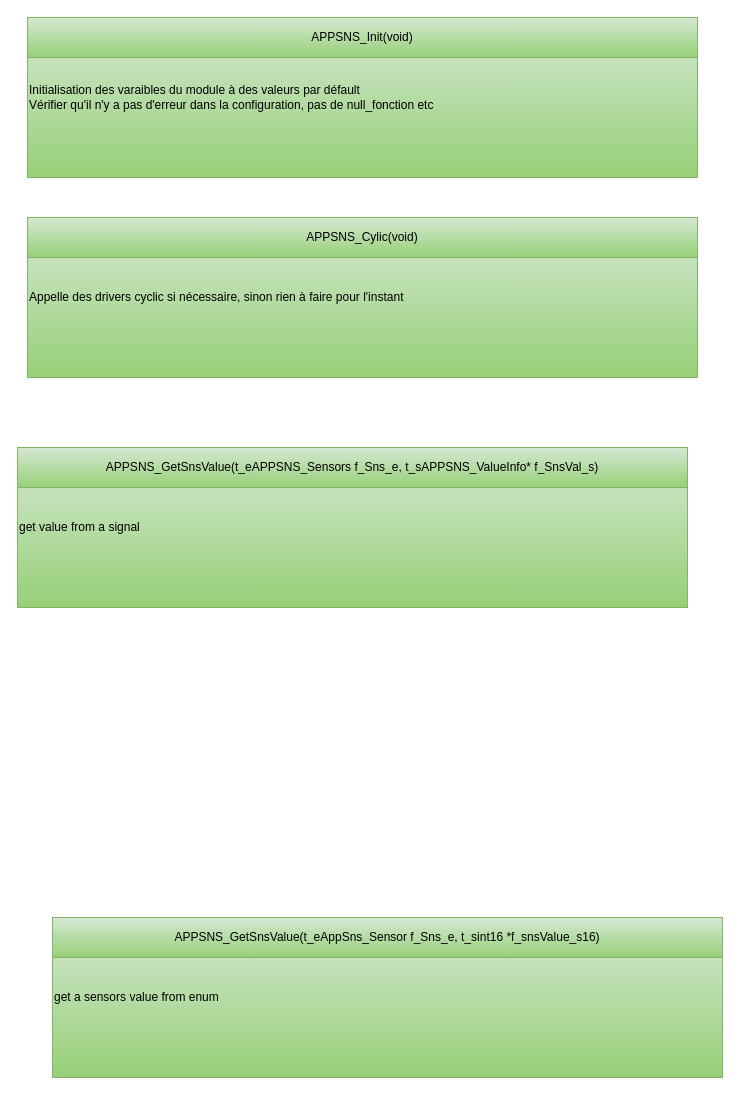
The draw.io diagram page "API" (3 of 8) of src/2_APP/APP_CTRL/APP_SNS/Doc/AppSns_Architecture.drawio in mbarbeau0545/PickersRobotPOC, before the edit. Source tidied: cells renumbered, new cells numbered last; positions are measured from the earlier drawing's top-left corner, leaving out a move shared by most shapes. Both pictures are drawn from the tidied source at 100%, with x=0, y=0 at pixel (17, 17).
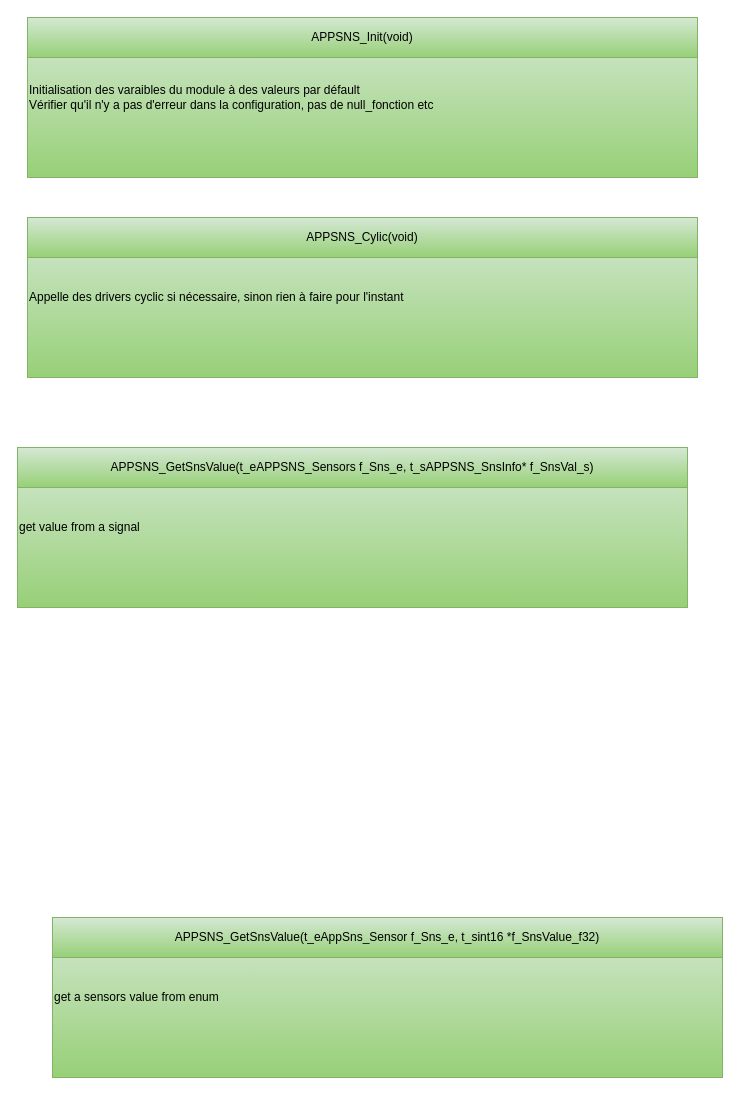
The same page after the edit.

What changed in the source:
```diff
@@
 <mxGraphModel>
   <root>
     <mxCell id="0" />
     <mxCell id="1" parent="0" />
     <mxCell id="2" style="group;" parent="1" vertex="1">
       <mxGeometry x="10" width="670" height="160" as="geometry" />
     </mxCell>
     <mxCell id="3" value="Initialisation des varaibles du module à des valeurs par défault&lt;div&gt;Vérifier qu'il n'y a pas d'erreur dans la configuration, pas de null_fonction etc&amp;nbsp;&lt;br&gt;&lt;/div&gt;" style="rounded=0;whiteSpace=wrap;html=1;fillColor=#d5e8d4;gradientColor=#97d077;strokeColor=#82b366;fontColor=#000000;align=left;" parent="2" vertex="1">
       <mxGeometry width="670" height="160" as="geometry" />
     </mxCell>
     <mxCell id="4" value="APPSNS_Init(void)" style="rounded=0;whiteSpace=wrap;html=1;fillColor=#d5e8d4;gradientColor=#97d077;strokeColor=#82b366;fontColor=#000000;" parent="2" vertex="1">
       <mxGeometry width="670" height="40" as="geometry" />
     </mxCell>
     <mxCell id="5" style="group;" parent="1" vertex="1">
       <mxGeometry x="35" y="900" width="670" height="160" as="geometry" />
     </mxCell>
     <mxCell id="6" value="get a sensors value from enum&amp;nbsp;" style="rounded=0;whiteSpace=wrap;html=1;fillColor=#d5e8d4;gradientColor=#97d077;strokeColor=#82b366;fontColor=#000000;align=left;" parent="5" vertex="1">
       <mxGeometry width="670" height="160" as="geometry" />
     </mxCell>
-    <mxCell id="7" value="APPSNS_GetSnsValue(t_eAppSns_Sensor f_Sns_e, t_sint16 *f_snsValue_s16)" style="rounded=0;whiteSpace=wrap;html=1;fillColor=#d5e8d4;gradientColor=#97d077;strokeColor=#82b366;fontColor=#000000;" parent="5" vertex="1">
+    <mxCell id="7" value="APPSNS_GetSnsValue(t_eAppSns_Sensor f_Sns_e, t_sint16 *f_SnsValue_f32)" style="rounded=0;whiteSpace=wrap;html=1;fillColor=#d5e8d4;gradientColor=#97d077;strokeColor=#82b366;fontColor=#000000;" parent="5" vertex="1">
       <mxGeometry width="670" height="40" as="geometry" />
     </mxCell>
     <mxCell id="8" style="group;" parent="1" vertex="1">
       <mxGeometry x="10" y="200" width="670" height="160" as="geometry" />
     </mxCell>
     <mxCell id="9" value="Appelle des drivers cyclic si nécessaire, sinon rien à faire pour l'instant" style="rounded=0;whiteSpace=wrap;html=1;fillColor=#d5e8d4;gradientColor=#97d077;strokeColor=#82b366;fontColor=#000000;align=left;" parent="8" vertex="1">
       <mxGeometry width="670" height="160" as="geometry" />
     </mxCell>
     <mxCell id="10" value="APPSNS_Cylic(void)" style="rounded=0;whiteSpace=wrap;html=1;fillColor=#d5e8d4;gradientColor=#97d077;strokeColor=#82b366;fontColor=#000000;" parent="8" vertex="1">
       <mxGeometry width="670" height="40" as="geometry" />
     </mxCell>
     <mxCell id="11" style="group;fontSize=12;" parent="1" vertex="1">
       <mxGeometry y="430" width="670" height="160" as="geometry" />
     </mxCell>
     <mxCell id="12" value="get value from a signal&amp;nbsp;" style="rounded=0;whiteSpace=wrap;html=1;fillColor=#d5e8d4;gradientColor=#97d077;strokeColor=#82b366;fontColor=#000000;align=left;" parent="11" vertex="1">
       <mxGeometry width="670" height="160" as="geometry" />
     </mxCell>
-    <mxCell id="13" value="APPSNS_GetSnsValue(t_eAPPSNS_Sensors f_Sns_e,&amp;nbsp;&lt;span style=&quot;font-size: 12px; text-align: left; text-wrap: nowrap;&quot;&gt;t_sAPPSNS_ValueInfo&lt;/span&gt;&lt;span style=&quot;font-size: 12px; text-align: left; text-wrap: nowrap;&quot;&gt;* f_SnsVal_s)&lt;/span&gt;" style="rounded=0;whiteSpace=wrap;html=1;fillColor=#d5e8d4;gradientColor=#97d077;strokeColor=#82b366;fontColor=#000000;fontSize=12;" parent="11" vertex="1">
+    <mxCell id="13" value="APPSNS_GetSnsValue(t_eAPPSNS_Sensors f_Sns_e,&amp;nbsp;&lt;span style=&quot;font-size: 12px; text-align: left; text-wrap: nowrap;&quot;&gt;t_sAPPSNS_SnsInfo&lt;/span&gt;&lt;span style=&quot;font-size: 12px; text-align: left; text-wrap: nowrap;&quot;&gt;* f_SnsVal_s)&lt;/span&gt;" style="rounded=0;whiteSpace=wrap;html=1;fillColor=#d5e8d4;gradientColor=#97d077;strokeColor=#82b366;fontColor=#000000;fontSize=12;" parent="11" vertex="1">
       <mxGeometry width="670" height="40" as="geometry" />
     </mxCell>
   </root>
 </mxGraphModel>
```
